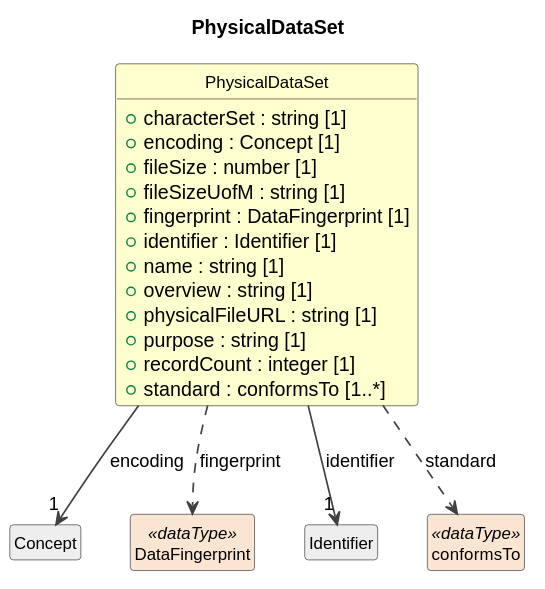
The PlantUML diagram cdif-uml-model/_plantuml/cdifDataStructure/Classes/PhysicalDataSet.svg in Cross-Domain-Interoperability-Framework/metadataBuildingBlocks, before a commit.
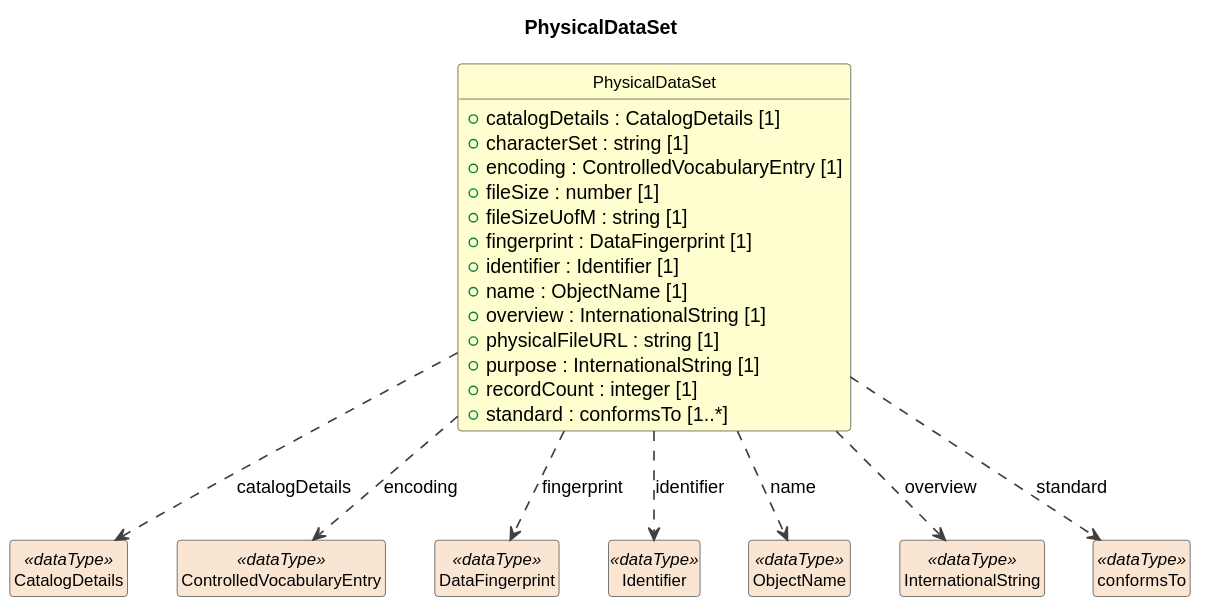
Above is the later version.

The edit, as a diff of the source:
```diff
@@ -11,25 +11,32 @@
 }
 
 class "PhysicalDataSet" as PhysicalDataSet #FEFECE {
+  +catalogDetails : CatalogDetails [1]
   +characterSet : string [1]
-  +encoding : Concept [1]
+  +encoding : ControlledVocabularyEntry [1]
   +fileSize : number [1]
   +fileSizeUofM : string [1]
   +fingerprint : DataFingerprint [1]
   +identifier : Identifier [1]
-  +name : string [1]
-  +overview : string [1]
+  +name : ObjectName [1]
+  +overview : InternationalString [1]
   +physicalFileURL : string [1]
-  +purpose : string [1]
+  +purpose : InternationalString [1]
   +recordCount : integer [1]
   +standard : conformsTo [1..*]
 }
-class "Concept" as Concept #EEEEEE
-PhysicalDataSet --> "1" Concept : encoding
+class "CatalogDetails" as CatalogDetails <<dataType>> #FAE5D3
+PhysicalDataSet ..> CatalogDetails : catalogDetails
+class "ControlledVocabularyEntry" as ControlledVocabularyEntry <<dataType>> #FAE5D3
+PhysicalDataSet ..> ControlledVocabularyEntry : encoding
 class "DataFingerprint" as DataFingerprint <<dataType>> #FAE5D3
 PhysicalDataSet ..> DataFingerprint : fingerprint
-class "Identifier" as Identifier #EEEEEE
-PhysicalDataSet --> "1" Identifier : identifier
+class "Identifier" as Identifier <<dataType>> #FAE5D3
+PhysicalDataSet ..> Identifier : identifier
+class "ObjectName" as ObjectName <<dataType>> #FAE5D3
+PhysicalDataSet ..> ObjectName : name
+class "InternationalString" as InternationalString <<dataType>> #FAE5D3
+PhysicalDataSet ..> InternationalString : overview
 class "conformsTo" as conformsTo <<dataType>> #FAE5D3
 PhysicalDataSet ..> conformsTo : standard
 @enduml
```
